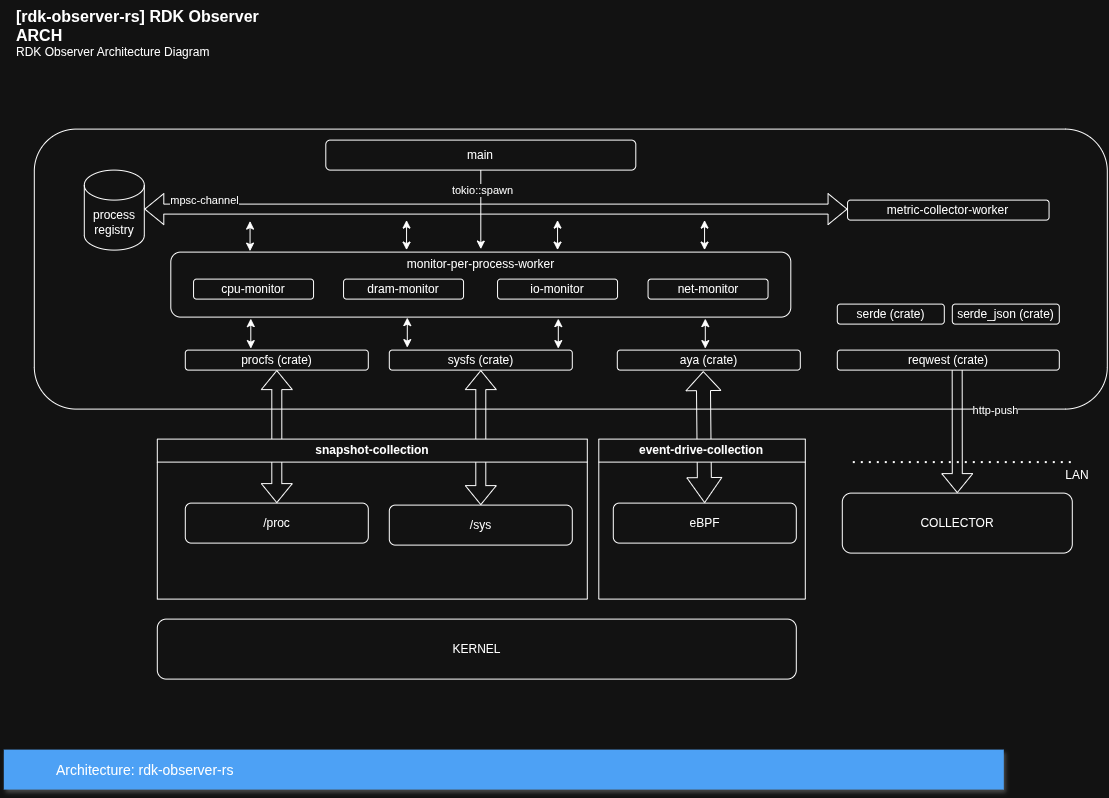
This is docs/architecture/architecture-diagrams/rdk-observer-arch.drawio.png from SerhiiShchudlo/rdk-observer-rs, a draw.io export, as it was before one commit. Source tidied: cells renumbered, new cells last; positions are measured from the earlier drawing's top-left corner, leaving out a move shared by most shapes.
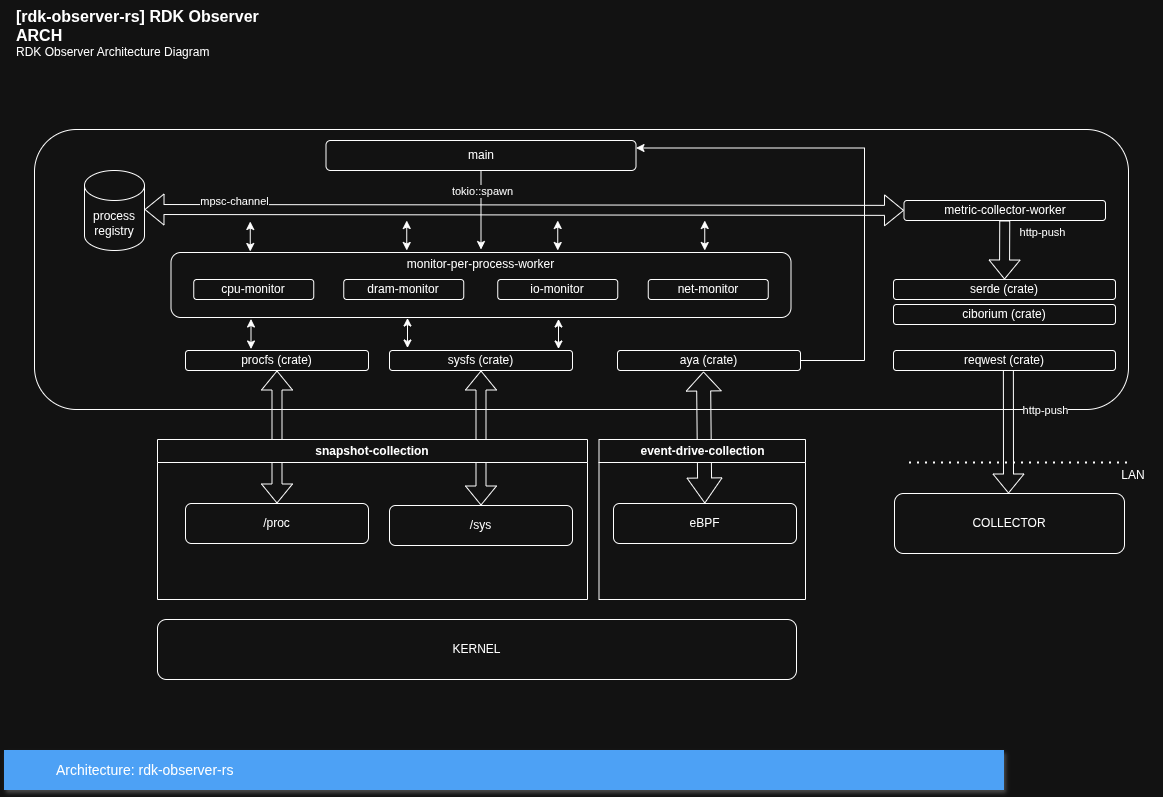
Above is the later version.

Commit message:
diagram and architecture clarifications with ADR extension

What changed in the source:
```diff
@@ -3,13 +3,13 @@
     <mxCell id="0" />
     <mxCell id="1" parent="0" />
     <mxCell id="2" style="rounded=1;whiteSpace=wrap;html=1;" parent="1" vertex="1">
-      <mxGeometry x="30" y="129" width="1073" height="280" as="geometry" />
+      <mxGeometry x="30" y="129" width="1094" height="280" as="geometry" />
     </mxCell>
     <mxCell id="3" value="KERNEL" style="rounded=1;whiteSpace=wrap;html=1;" parent="1" vertex="1">
       <mxGeometry x="153" y="619" width="639" height="60" as="geometry" />
     </mxCell>
     <mxCell id="4" value="COLLECTOR" style="rounded=1;whiteSpace=wrap;html=1;" parent="1" vertex="1">
-      <mxGeometry x="838" y="493" width="230" height="60" as="geometry" />
+      <mxGeometry x="890" y="493" width="230" height="60" as="geometry" />
     </mxCell>
     <mxCell id="5" value="procfs (crate)" style="rounded=1;whiteSpace=wrap;html=1;" parent="1" vertex="1">
       <mxGeometry x="181" y="350" width="183" height="20" as="geometry" />
@@ -23,8 +23,11 @@
     <mxCell id="8" value="main" style="rounded=1;whiteSpace=wrap;html=1;" parent="1" vertex="1">
       <mxGeometry x="321.5" y="140" width="310" height="30" as="geometry" />
     </mxCell>
-    <mxCell id="9" style="shape=flexArrow;endArrow=classic;html=1;rounded=0;entryX=0.5;entryY=0;entryDx=0;entryDy=0;exitX=0.54;exitY=0.95;exitDx=0;exitDy=0;exitPerimeter=0;" parent="1" edge="1" source="13" target="4">
-      <mxGeometry relative="1" as="geometry" />
+    <mxCell id="9" style="shape=flexArrow;endArrow=classic;html=1;rounded=0;entryX=0.5;entryY=0;entryDx=0;entryDy=0;exitX=0.54;exitY=0.95;exitDx=0;exitDy=0;exitPerimeter=0;" parent="1" edge="1">
+      <mxGeometry relative="1" as="geometry">
+        <mxPoint x="1003.9" y="369" as="sourcePoint" />
+        <mxPoint x="1004" y="493" as="targetPoint" />
+      </mxGeometry>
     </mxCell>
     <mxCell id="10" value="http-push" style="edgeLabel;html=1;align=center;verticalAlign=middle;" parent="9" vertex="1">
       <mxGeometry x="-0.08" y="2" relative="1" as="geometry">
@@ -33,15 +36,15 @@
     </mxCell>
     <mxCell id="11" style="endArrow=none;dashed=1;html=1;dashPattern=1 3;strokeWidth=2;rounded=0;" parent="1" edge="1">
       <mxGeometry relative="1" as="geometry">
-        <mxPoint x="849" y="462.5" as="sourcePoint" />
-        <mxPoint x="1067" y="462.5" as="targetPoint" />
+        <mxPoint x="905" y="462.5" as="sourcePoint" />
+        <mxPoint x="1123" y="462.5" as="targetPoint" />
       </mxGeometry>
     </mxCell>
     <mxCell id="12" value="LAN" style="text;html=1;whiteSpace=wrap;strokeColor=none;fillColor=none;align=center;verticalAlign=middle;rounded=0;" parent="1" vertex="1">
-      <mxGeometry x="1043" y="460" width="60" height="30" as="geometry" />
+      <mxGeometry x="1099" y="460" width="60" height="30" as="geometry" />
     </mxCell>
     <mxCell id="13" value="reqwest (crate)" style="rounded=1;whiteSpace=wrap;html=1;" parent="1" vertex="1">
-      <mxGeometry x="833" y="350" width="222" height="20" as="geometry" />
+      <mxGeometry x="889" y="350" width="222" height="20" as="geometry" />
     </mxCell>
     <mxCell id="14" style="shape=flexArrow;endArrow=classic;startArrow=classic;html=1;rounded=0;entryX=0.5;entryY=1;entryDx=0;entryDy=0;exitX=0.5;exitY=0;exitDx=0;exitDy=0;" parent="1" edge="1" source="23" target="5">
       <mxGeometry relative="1" as="geometry" />
@@ -52,6 +55,14 @@
     <mxCell id="16" value="sysfs (crate)" style="rounded=1;whiteSpace=wrap;html=1;" parent="1" vertex="1">
       <mxGeometry x="385" y="350" width="183" height="20" as="geometry" />
     </mxCell>
+    <mxCell id="46" style="edgeStyle=orthogonalEdgeStyle;rounded=0;jettySize=auto;html=1;exitX=1;exitY=0.5;exitDx=0;exitDy=0;entryX=1;entryY=0.25;entryDx=0;entryDy=0;" parent="1" edge="1" source="17" target="8">
+      <mxGeometry relative="1" as="geometry">
+        <Array as="points">
+          <mxPoint x="860" y="360" />
+          <mxPoint x="860" y="147.5" />
+        </Array>
+      </mxGeometry>
+    </mxCell>
     <mxCell id="17" value="aya (crate)" style="rounded=1;whiteSpace=wrap;html=1;" parent="1" vertex="1">
       <mxGeometry x="613" y="350" width="183" height="20" as="geometry" />
     </mxCell>
@@ -65,7 +76,7 @@
       <mxGeometry relative="1" as="geometry" />
     </mxCell>
     <mxCell id="21" value="metric-collector-worker" style="rounded=1;whiteSpace=wrap;html=1;" parent="1" vertex="1">
-      <mxGeometry x="843.2" y="200" width="201.5" height="20" as="geometry" />
+      <mxGeometry x="899.5" y="200" width="201.5" height="20" as="geometry" />
     </mxCell>
     <mxCell id="22" value="snapshot-collection" style="swimlane;whiteSpace=wrap;html=1;" parent="1" vertex="1">
       <mxGeometry x="153" y="439" width="430" height="160" as="geometry" />
@@ -80,15 +91,14 @@
       <mxGeometry x="594.5" y="439" width="206.5" height="160" as="geometry" />
     </mxCell>
     <mxCell id="26" value="serde (crate)" style="rounded=1;whiteSpace=wrap;html=1;" parent="1" vertex="1">
-      <mxGeometry x="833" y="304" width="107" height="20" as="geometry" />
+      <mxGeometry x="889" y="279" width="222" height="20" as="geometry" />
     </mxCell>
-    <mxCell id="27" value="serde_json (crate)" style="rounded=1;whiteSpace=wrap;html=1;" parent="1" vertex="1">
-      <mxGeometry x="948" y="304" width="107" height="20" as="geometry" />
+    <mxCell id="27" value="ciborium (crate)" style="rounded=1;whiteSpace=wrap;html=1;" parent="1" vertex="1">
+      <mxGeometry x="889" y="304" width="222" height="20" as="geometry" />
     </mxCell>
-    <mxCell id="28" style="shape=flexArrow;endArrow=classic;startArrow=classic;html=1;rounded=0;entryX=0;entryY=0.5;entryDx=0;entryDy=0;" parent="1" edge="1">
+    <mxCell id="28" style="shape=flexArrow;endArrow=classic;startArrow=classic;html=1;rounded=0;" parent="1" edge="1" target="21">
       <mxGeometry relative="1" as="geometry">
         <mxPoint x="140" y="209" as="sourcePoint" />
-        <mxPoint x="843.2" y="209" as="targetPoint" />
       </mxGeometry>
     </mxCell>
     <mxCell id="29" value="mpsc-channel" style="edgeLabel;html=1;align=center;verticalAlign=middle;" parent="28" vertex="1">
@@ -156,12 +166,6 @@
         <mxPoint x="554" y="318.5" as="targetPoint" />
       </mxGeometry>
     </mxCell>
-    <mxCell id="43" style="endArrow=classic;startArrow=classic;html=1;rounded=0;" parent="1" edge="1">
-      <mxGeometry relative="1" as="geometry">
-        <mxPoint x="701" y="348.5" as="sourcePoint" />
-        <mxPoint x="701" y="318.5" as="targetPoint" />
-      </mxGeometry>
-    </mxCell>
     <object id="44" label="&lt;font style=&quot;font-size: 16px&quot;&gt;&lt;b&gt;&lt;div style=&quot;text-align: left&quot;&gt;%c4Name%&lt;/div&gt;&lt;/b&gt;&lt;/font&gt;&lt;div style=&quot;text-align: left&quot;&gt;%c4Description%&lt;/div&gt;" c4Description="RDK Observer Architecture Diagram" c4Name="[rdk-observer-rs] RDK Observer ARCH" c4Type="ContainerScopeBoundary" placeholders="1">
       <mxCell style="text;html=1;strokeColor=none;fillColor=none;align=left;verticalAlign=top;whiteSpace=wrap;rounded=0;" parent="1" vertex="1">
         <mxGeometry x="10" width="260" height="40" as="geometry" />
@@ -170,5 +174,13 @@
     <mxCell id="45" value="Architecture: rdk-observer-rs" style="fillColor=#4DA1F5;strokeColor=none;shadow=1;gradientColor=none;fontSize=14;align=left;spacingLeft=50;fontColor=#ffffff;whiteSpace=wrap;html=1;" parent="1" vertex="1">
       <mxGeometry y="750" width="1000" height="40" as="geometry" />
     </mxCell>
+    <mxCell id="47" style="shape=flexArrow;endArrow=classic;html=1;rounded=0;exitX=0.5;exitY=1;exitDx=0;exitDy=0;entryX=0.5;entryY=0;entryDx=0;entryDy=0;" parent="1" edge="1" source="21" target="26">
+      <mxGeometry relative="1" as="geometry" />
+    </mxCell>
+    <mxCell id="48" value="http-push" style="edgeLabel;html=1;align=center;verticalAlign=middle;" parent="47" vertex="1">
+      <mxGeometry x="-0.08" y="2" relative="1" as="geometry">
+        <mxPoint x="35" y="-16" as="offset" />
+      </mxGeometry>
+    </mxCell>
   </root>
 </mxGraphModel>
```
